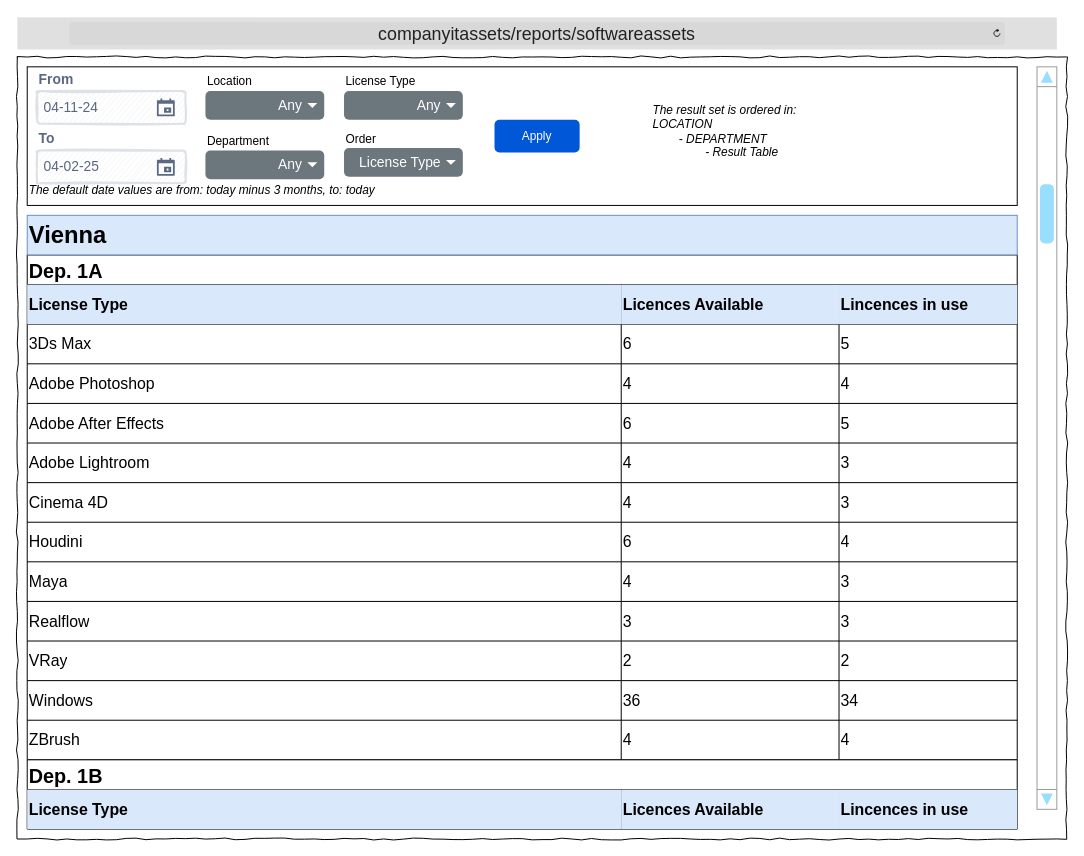
Above: Wireframes/ITAT_Reports_Software.drawio in TRed91/ITAssetTracking (draw.io), before the change. Source tidied: cells renumbered, new cells numbered last; positions are measured from the earlier drawing's top-left corner, leaving out a move shared by most shapes. Both pictures are drawn from the tidied source at 99%, with x=0, y=0 at pixel (17, 17).
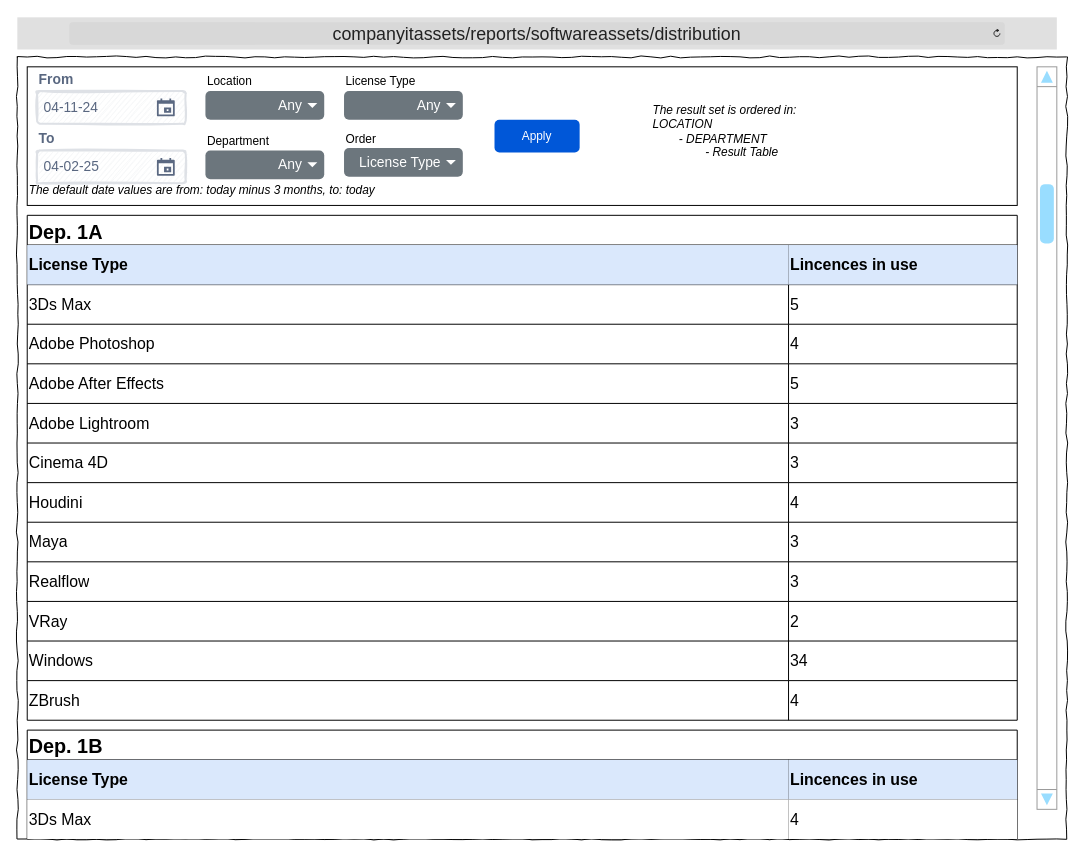
The same diagram, later.

Unchanged cells that the change refers to:
```xml
<mxCell id="14" style="shape=tableRow;horizontal=0;startSize=0;swimlaneHead=0;swimlaneBody=0;strokeColor=inherit;top=0;left=0;bottom=0;right=0;fillColor=none;fontSize=16;" parent="13" vertex="1">
  <mxGeometry y="30" width="1000" height="40" as="geometry" />
</mxCell>
<mxCell id="18" style="shape=tableRow;horizontal=0;startSize=0;swimlaneHead=0;swimlaneBody=0;strokeColor=inherit;top=0;left=0;bottom=0;right=0;fillColor=none;fontSize=16;" parent="13" vertex="1">
  <mxGeometry y="70" width="1000" height="40" as="geometry" />
</mxCell>
<mxCell id="22" style="shape=tableRow;horizontal=0;startSize=0;swimlaneHead=0;swimlaneBody=0;strokeColor=inherit;top=0;left=0;bottom=0;right=0;fillColor=none;fontSize=16;" parent="13" vertex="1">
  <mxGeometry y="110" width="1000" height="40" as="geometry" />
</mxCell>
<mxCell id="26" style="shape=tableRow;horizontal=0;startSize=0;swimlaneHead=0;swimlaneBody=0;strokeColor=inherit;top=0;left=0;bottom=0;right=0;fillColor=none;fontSize=16;" parent="13" vertex="1">
  <mxGeometry y="150" width="1000" height="40" as="geometry" />
</mxCell>
<mxCell id="30" style="shape=tableRow;horizontal=0;startSize=0;swimlaneHead=0;swimlaneBody=0;strokeColor=inherit;top=0;left=0;bottom=0;right=0;fillColor=none;fontSize=16;" parent="13" vertex="1">
  <mxGeometry y="190" width="1000" height="40" as="geometry" />
</mxCell>
<mxCell id="34" style="shape=tableRow;horizontal=0;startSize=0;swimlaneHead=0;swimlaneBody=0;strokeColor=inherit;top=0;left=0;bottom=0;right=0;fillColor=none;fontSize=16;" parent="13" vertex="1">
  <mxGeometry y="230" width="1000" height="40" as="geometry" />
</mxCell>
<mxCell id="38" style="shape=tableRow;horizontal=0;startSize=0;swimlaneHead=0;swimlaneBody=0;strokeColor=inherit;top=0;left=0;bottom=0;right=0;fillColor=none;fontSize=16;" parent="13" vertex="1">
  <mxGeometry y="270" width="1000" height="40" as="geometry" />
</mxCell>
<mxCell id="42" style="shape=tableRow;horizontal=0;startSize=0;swimlaneHead=0;swimlaneBody=0;strokeColor=inherit;top=0;left=0;bottom=0;right=0;fillColor=none;fontSize=16;" parent="13" vertex="1">
  <mxGeometry y="310" width="1000" height="40" as="geometry" />
</mxCell>
<mxCell id="46" style="shape=tableRow;horizontal=0;startSize=0;swimlaneHead=0;swimlaneBody=0;strokeColor=inherit;top=0;left=0;bottom=0;right=0;fillColor=none;fontSize=16;" parent="13" vertex="1">
  <mxGeometry y="350" width="1000" height="40" as="geometry" />
</mxCell>
<mxCell id="50" style="shape=tableRow;horizontal=0;startSize=0;swimlaneHead=0;swimlaneBody=0;strokeColor=inherit;top=0;left=0;bottom=0;right=0;fillColor=none;fontSize=16;" parent="13" vertex="1">
  <mxGeometry y="390" width="1000" height="40" as="geometry" />
</mxCell>
<mxCell id="54" style="shape=tableRow;horizontal=0;startSize=0;swimlaneHead=0;swimlaneBody=0;strokeColor=inherit;top=0;left=0;bottom=0;right=0;fillColor=none;fontSize=16;" parent="13" vertex="1">
  <mxGeometry y="430" width="1000" height="40" as="geometry" />
</mxCell>
<mxCell id="58" style="shape=tableRow;horizontal=0;startSize=0;swimlaneHead=0;swimlaneBody=0;strokeColor=inherit;top=0;left=0;bottom=0;right=0;fillColor=none;fontSize=16;" parent="13" vertex="1">
  <mxGeometry y="470" width="1000" height="40" as="geometry" />
</mxCell>
<mxCell id="75" style="shape=tableRow;horizontal=0;startSize=0;swimlaneHead=0;swimlaneBody=0;strokeColor=inherit;top=0;left=0;bottom=0;right=0;fillColor=none;fontSize=16;" parent="74" vertex="1">
  <mxGeometry y="30" width="1000" height="40" as="geometry" />
</mxCell>
```

Diff of the diagram source:
```diff
@@
-    <mxCell id="4" value="&lt;font style=&quot;font-size: 18px;&quot;&gt;companyitassets/reports/softwareassets&lt;/font&gt;" style="html=1;strokeWidth=1;shadow=0;dashed=0;shape=mxgraph.ios7ui.url;fillColor=#e0e0e0;strokeColor=#c0c0c0;buttonText=;strokeColor2=#222222;fontColor=#222222;fontSize=8;spacingTop=2;align=center;whiteSpace=wrap;" parent="1" vertex="1">
+    <mxCell id="4" value="&lt;font style=&quot;font-size: 18px;&quot;&gt;companyitassets/reports/softwareassets/distribution&lt;/font&gt;" style="html=1;strokeWidth=1;shadow=0;dashed=0;shape=mxgraph.ios7ui.url;fillColor=#e0e0e0;strokeColor=#c0c0c0;buttonText=;strokeColor2=#222222;fontColor=#222222;fontSize=8;spacingTop=2;align=center;whiteSpace=wrap;" parent="1" vertex="1">
       <mxGeometry width="1050" height="32.5" as="geometry" />
     </mxCell>
@@
     <mxCell id="13" value="Dep. 1A" style="shape=table;startSize=30;childLayout=tableLayout;strokeColor=default;fontSize=20;fontStyle=1;align=left;" parent="1" vertex="1">
-      <mxGeometry x="10" y="240" width="1000" height="510" as="geometry" />
+      <mxGeometry x="10" y="200" width="1000" height="510" as="geometry" />
     </mxCell>
@@
     <mxCell id="15" value="&lt;b&gt;License Type&lt;/b&gt;" style="shape=partialRectangle;html=1;whiteSpace=wrap;strokeColor=#6c8ebf;overflow=hidden;fillColor=#dae8fc;top=0;left=0;bottom=0;right=0;fontSize=16;align=left;" parent="14" vertex="1">
-      <mxGeometry width="600" height="40" as="geometry" />
+      <mxGeometry width="769" height="40" as="geometry" />
     </mxCell>
-    <mxCell id="16" value="&lt;b&gt;Licences Available&lt;/b&gt;" style="shape=partialRectangle;html=1;whiteSpace=wrap;strokeColor=#6c8ebf;overflow=hidden;fillColor=#dae8fc;top=0;left=0;bottom=0;right=0;fontSize=16;align=left;" parent="14" vertex="1">
-      <mxGeometry x="600" width="220" height="40" as="geometry" />
-    </mxCell>
     <mxCell id="17" value="&lt;b&gt;Lincences in use&lt;/b&gt;" style="shape=partialRectangle;html=1;whiteSpace=wrap;strokeColor=#6c8ebf;overflow=hidden;fillColor=#dae8fc;top=0;left=0;bottom=0;right=0;fontSize=16;align=left;" parent="14" vertex="1">
-      <mxGeometry x="820" width="180" height="40" as="geometry" />
+      <mxGeometry x="769" width="231" height="40" as="geometry" />
     </mxCell>
@@
     <mxCell id="19" value="3Ds Max" style="shape=partialRectangle;html=1;whiteSpace=wrap;strokeColor=inherit;overflow=hidden;fillColor=none;top=0;left=0;bottom=0;right=0;fontSize=16;align=left;" parent="18" vertex="1">
-      <mxGeometry width="600" height="40" as="geometry" />
+      <mxGeometry width="769" height="40" as="geometry" />
     </mxCell>
-    <mxCell id="20" value="6" style="shape=partialRectangle;html=1;whiteSpace=wrap;strokeColor=inherit;overflow=hidden;fillColor=none;top=0;left=0;bottom=0;right=0;fontSize=16;align=left;" parent="18" vertex="1">
-      <mxGeometry x="600" width="220" height="40" as="geometry" />
-    </mxCell>
     <mxCell id="21" value="5" style="shape=partialRectangle;html=1;whiteSpace=wrap;strokeColor=inherit;overflow=hidden;fillColor=none;top=0;left=0;bottom=0;right=0;fontSize=16;align=left;" parent="18" vertex="1">
-      <mxGeometry x="820" width="180" height="40" as="geometry" />
+      <mxGeometry x="769" width="231" height="40" as="geometry" />
     </mxCell>
@@
     <mxCell id="23" value="Adobe Photoshop" style="shape=partialRectangle;html=1;whiteSpace=wrap;strokeColor=inherit;overflow=hidden;fillColor=none;top=0;left=0;bottom=0;right=0;fontSize=16;align=left;" parent="22" vertex="1">
-      <mxGeometry width="600" height="40" as="geometry" />
+      <mxGeometry width="769" height="40" as="geometry" />
     </mxCell>
-    <mxCell id="24" value="4" style="shape=partialRectangle;html=1;whiteSpace=wrap;strokeColor=inherit;overflow=hidden;fillColor=none;top=0;left=0;bottom=0;right=0;fontSize=16;align=left;" parent="22" vertex="1">
-      <mxGeometry x="600" width="220" height="40" as="geometry" />
-    </mxCell>
     <mxCell id="25" value="4" style="shape=partialRectangle;html=1;whiteSpace=wrap;strokeColor=inherit;overflow=hidden;fillColor=none;top=0;left=0;bottom=0;right=0;fontSize=16;align=left;" parent="22" vertex="1">
-      <mxGeometry x="820" width="180" height="40" as="geometry" />
+      <mxGeometry x="769" width="231" height="40" as="geometry" />
     </mxCell>
@@
     <mxCell id="27" value="Adobe After Effects" style="shape=partialRectangle;html=1;whiteSpace=wrap;strokeColor=inherit;overflow=hidden;fillColor=none;top=0;left=0;bottom=0;right=0;fontSize=16;align=left;" parent="26" vertex="1">
-      <mxGeometry width="600" height="40" as="geometry" />
+      <mxGeometry width="769" height="40" as="geometry" />
     </mxCell>
-    <mxCell id="28" value="6" style="shape=partialRectangle;html=1;whiteSpace=wrap;strokeColor=inherit;overflow=hidden;fillColor=none;top=0;left=0;bottom=0;right=0;fontSize=16;align=left;" parent="26" vertex="1">
-      <mxGeometry x="600" width="220" height="40" as="geometry" />
-    </mxCell>
     <mxCell id="29" value="5" style="shape=partialRectangle;html=1;whiteSpace=wrap;strokeColor=inherit;overflow=hidden;fillColor=none;top=0;left=0;bottom=0;right=0;fontSize=16;align=left;" parent="26" vertex="1">
-      <mxGeometry x="820" width="180" height="40" as="geometry" />
+      <mxGeometry x="769" width="231" height="40" as="geometry" />
     </mxCell>
@@
     <mxCell id="31" value="Adobe Lightroom" style="shape=partialRectangle;html=1;whiteSpace=wrap;strokeColor=inherit;overflow=hidden;fillColor=none;top=0;left=0;bottom=0;right=0;fontSize=16;align=left;" parent="30" vertex="1">
-      <mxGeometry width="600" height="40" as="geometry" />
+      <mxGeometry width="769" height="40" as="geometry" />
     </mxCell>
-    <mxCell id="32" value="4" style="shape=partialRectangle;html=1;whiteSpace=wrap;strokeColor=inherit;overflow=hidden;fillColor=none;top=0;left=0;bottom=0;right=0;fontSize=16;align=left;" parent="30" vertex="1">
-      <mxGeometry x="600" width="220" height="40" as="geometry" />
-    </mxCell>
     <mxCell id="33" value="3" style="shape=partialRectangle;html=1;whiteSpace=wrap;strokeColor=inherit;overflow=hidden;fillColor=none;top=0;left=0;bottom=0;right=0;fontSize=16;align=left;" parent="30" vertex="1">
-      <mxGeometry x="820" width="180" height="40" as="geometry" />
+      <mxGeometry x="769" width="231" height="40" as="geometry" />
     </mxCell>
@@
     <mxCell id="35" value="Cinema 4D" style="shape=partialRectangle;html=1;whiteSpace=wrap;strokeColor=inherit;overflow=hidden;fillColor=none;top=0;left=0;bottom=0;right=0;fontSize=16;align=left;" parent="34" vertex="1">
-      <mxGeometry width="600" height="40" as="geometry" />
+      <mxGeometry width="769" height="40" as="geometry" />
     </mxCell>
-    <mxCell id="36" value="4" style="shape=partialRectangle;html=1;whiteSpace=wrap;strokeColor=inherit;overflow=hidden;fillColor=none;top=0;left=0;bottom=0;right=0;fontSize=16;align=left;" parent="34" vertex="1">
-      <mxGeometry x="600" width="220" height="40" as="geometry" />
-    </mxCell>
     <mxCell id="37" value="3" style="shape=partialRectangle;html=1;whiteSpace=wrap;strokeColor=inherit;overflow=hidden;fillColor=none;top=0;left=0;bottom=0;right=0;fontSize=16;align=left;" parent="34" vertex="1">
-      <mxGeometry x="820" width="180" height="40" as="geometry" />
+      <mxGeometry x="769" width="231" height="40" as="geometry" />
     </mxCell>
@@
     <mxCell id="39" value="Houdini" style="shape=partialRectangle;html=1;whiteSpace=wrap;strokeColor=inherit;overflow=hidden;fillColor=none;top=0;left=0;bottom=0;right=0;fontSize=16;align=left;" parent="38" vertex="1">
-      <mxGeometry width="600" height="40" as="geometry" />
+      <mxGeometry width="769" height="40" as="geometry" />
     </mxCell>
-    <mxCell id="40" value="6" style="shape=partialRectangle;html=1;whiteSpace=wrap;strokeColor=inherit;overflow=hidden;fillColor=none;top=0;left=0;bottom=0;right=0;fontSize=16;align=left;" parent="38" vertex="1">
-      <mxGeometry x="600" width="220" height="40" as="geometry" />
-    </mxCell>
     <mxCell id="41" value="4" style="shape=partialRectangle;html=1;whiteSpace=wrap;strokeColor=inherit;overflow=hidden;fillColor=none;top=0;left=0;bottom=0;right=0;fontSize=16;align=left;" parent="38" vertex="1">
-      <mxGeometry x="820" width="180" height="40" as="geometry" />
+      <mxGeometry x="769" width="231" height="40" as="geometry" />
     </mxCell>
@@
     <mxCell id="43" value="Maya" style="shape=partialRectangle;html=1;whiteSpace=wrap;strokeColor=inherit;overflow=hidden;fillColor=none;top=0;left=0;bottom=0;right=0;fontSize=16;align=left;" parent="42" vertex="1">
-      <mxGeometry width="600" height="40" as="geometry" />
+      <mxGeometry width="769" height="40" as="geometry" />
     </mxCell>
-    <mxCell id="44" value="4" style="shape=partialRectangle;html=1;whiteSpace=wrap;strokeColor=inherit;overflow=hidden;fillColor=none;top=0;left=0;bottom=0;right=0;fontSize=16;align=left;" parent="42" vertex="1">
-      <mxGeometry x="600" width="220" height="40" as="geometry" />
-    </mxCell>
     <mxCell id="45" value="3" style="shape=partialRectangle;html=1;whiteSpace=wrap;strokeColor=inherit;overflow=hidden;fillColor=none;top=0;left=0;bottom=0;right=0;fontSize=16;align=left;" parent="42" vertex="1">
-      <mxGeometry x="820" width="180" height="40" as="geometry" />
+      <mxGeometry x="769" width="231" height="40" as="geometry" />
     </mxCell>
@@
     <mxCell id="47" value="Realflow" style="shape=partialRectangle;html=1;whiteSpace=wrap;strokeColor=inherit;overflow=hidden;fillColor=none;top=0;left=0;bottom=0;right=0;fontSize=16;align=left;" parent="46" vertex="1">
-      <mxGeometry width="600" height="40" as="geometry" />
+      <mxGeometry width="769" height="40" as="geometry" />
     </mxCell>
-    <mxCell id="48" value="3" style="shape=partialRectangle;html=1;whiteSpace=wrap;strokeColor=inherit;overflow=hidden;fillColor=none;top=0;left=0;bottom=0;right=0;fontSize=16;align=left;" parent="46" vertex="1">
-      <mxGeometry x="600" width="220" height="40" as="geometry" />
-    </mxCell>
     <mxCell id="49" value="3" style="shape=partialRectangle;html=1;whiteSpace=wrap;strokeColor=inherit;overflow=hidden;fillColor=none;top=0;left=0;bottom=0;right=0;fontSize=16;align=left;" parent="46" vertex="1">
-      <mxGeometry x="820" width="180" height="40" as="geometry" />
+      <mxGeometry x="769" width="231" height="40" as="geometry" />
     </mxCell>
@@
     <mxCell id="51" value="VRay" style="shape=partialRectangle;html=1;whiteSpace=wrap;strokeColor=inherit;overflow=hidden;fillColor=none;top=0;left=0;bottom=0;right=0;fontSize=16;align=left;" parent="50" vertex="1">
-      <mxGeometry width="600" height="40" as="geometry" />
+      <mxGeometry width="769" height="40" as="geometry" />
     </mxCell>
-    <mxCell id="52" value="2" style="shape=partialRectangle;html=1;whiteSpace=wrap;strokeColor=inherit;overflow=hidden;fillColor=none;top=0;left=0;bottom=0;right=0;fontSize=16;align=left;" parent="50" vertex="1">
-      <mxGeometry x="600" width="220" height="40" as="geometry" />
-    </mxCell>
     <mxCell id="53" value="2" style="shape=partialRectangle;html=1;whiteSpace=wrap;strokeColor=inherit;overflow=hidden;fillColor=none;top=0;left=0;bottom=0;right=0;fontSize=16;align=left;" parent="50" vertex="1">
-      <mxGeometry x="820" width="180" height="40" as="geometry" />
+      <mxGeometry x="769" width="231" height="40" as="geometry" />
     </mxCell>
@@
     <mxCell id="55" value="Windows" style="shape=partialRectangle;html=1;whiteSpace=wrap;strokeColor=inherit;overflow=hidden;fillColor=none;top=0;left=0;bottom=0;right=0;fontSize=16;align=left;" parent="54" vertex="1">
-      <mxGeometry width="600" height="40" as="geometry" />
+      <mxGeometry width="769" height="40" as="geometry" />
     </mxCell>
-    <mxCell id="56" value="36" style="shape=partialRectangle;html=1;whiteSpace=wrap;strokeColor=inherit;overflow=hidden;fillColor=none;top=0;left=0;bottom=0;right=0;fontSize=16;align=left;" parent="54" vertex="1">
-      <mxGeometry x="600" width="220" height="40" as="geometry" />
-    </mxCell>
     <mxCell id="57" value="34" style="shape=partialRectangle;html=1;whiteSpace=wrap;strokeColor=inherit;overflow=hidden;fillColor=none;top=0;left=0;bottom=0;right=0;fontSize=16;align=left;" parent="54" vertex="1">
-      <mxGeometry x="820" width="180" height="40" as="geometry" />
+      <mxGeometry x="769" width="231" height="40" as="geometry" />
     </mxCell>
@@
     <mxCell id="59" value="ZBrush" style="shape=partialRectangle;html=1;whiteSpace=wrap;strokeColor=inherit;overflow=hidden;fillColor=none;top=0;left=0;bottom=0;right=0;fontSize=16;align=left;" parent="58" vertex="1">
-      <mxGeometry width="600" height="40" as="geometry" />
+      <mxGeometry width="769" height="40" as="geometry" />
     </mxCell>
-    <mxCell id="60" value="4" style="shape=partialRectangle;html=1;whiteSpace=wrap;strokeColor=inherit;overflow=hidden;fillColor=none;top=0;left=0;bottom=0;right=0;fontSize=16;align=left;" parent="58" vertex="1">
-      <mxGeometry x="600" width="220" height="40" as="geometry" />
-    </mxCell>
     <mxCell id="61" value="4" style="shape=partialRectangle;html=1;whiteSpace=wrap;strokeColor=inherit;overflow=hidden;fillColor=none;top=0;left=0;bottom=0;right=0;fontSize=16;align=left;" parent="58" vertex="1">
-      <mxGeometry x="820" width="180" height="40" as="geometry" />
+      <mxGeometry x="769" width="231" height="40" as="geometry" />
     </mxCell>
@@
-    <mxCell id="63" value="Vienna" style="text;strokeColor=#6c8ebf;fillColor=#dae8fc;html=1;fontSize=24;fontStyle=1;verticalAlign=middle;align=left;" parent="1" vertex="1">
-      <mxGeometry x="10" y="200" width="1000" height="40" as="geometry" />
-    </mxCell>
@@
     <mxCell id="74" value="Dep. 1B" style="shape=table;startSize=30;childLayout=tableLayout;strokeColor=default;fontSize=20;fontStyle=1;align=left;" parent="1" vertex="1">
-      <mxGeometry x="10" y="750" width="1000" height="70" as="geometry" />
+      <mxGeometry x="10" y="720" width="1000" height="110" as="geometry" />
     </mxCell>
@@
     <mxCell id="76" value="&lt;b&gt;License Type&lt;/b&gt;" style="shape=partialRectangle;html=1;whiteSpace=wrap;strokeColor=#6c8ebf;overflow=hidden;fillColor=#dae8fc;top=0;left=0;bottom=0;right=0;fontSize=16;align=left;" parent="75" vertex="1">
-      <mxGeometry width="600" height="40" as="geometry" />
+      <mxGeometry width="769" height="40" as="geometry" />
     </mxCell>
-    <mxCell id="77" value="&lt;b&gt;Licences Available&lt;/b&gt;" style="shape=partialRectangle;html=1;whiteSpace=wrap;strokeColor=#6c8ebf;overflow=hidden;fillColor=#dae8fc;top=0;left=0;bottom=0;right=0;fontSize=16;align=left;" parent="75" vertex="1">
-      <mxGeometry x="600" width="220" height="40" as="geometry" />
-    </mxCell>
     <mxCell id="78" value="&lt;b&gt;Lincences in use&lt;/b&gt;" style="shape=partialRectangle;html=1;whiteSpace=wrap;strokeColor=#6c8ebf;overflow=hidden;fillColor=#dae8fc;top=0;left=0;bottom=0;right=0;fontSize=16;align=left;" parent="75" vertex="1">
-      <mxGeometry x="820" width="180" height="40" as="geometry" />
+      <mxGeometry x="769" width="231" height="40" as="geometry" />
     </mxCell>
+    <mxCell id="82" style="shape=tableRow;horizontal=0;startSize=0;swimlaneHead=0;swimlaneBody=0;strokeColor=inherit;top=0;left=0;bottom=0;right=0;fillColor=none;fontSize=16;" parent="74" vertex="1">
+      <mxGeometry y="70" width="1000" height="40" as="geometry" />
+    </mxCell>
+    <mxCell id="83" value="3Ds Max" style="shape=partialRectangle;html=1;whiteSpace=wrap;overflow=hidden;top=0;left=0;bottom=0;right=0;fontSize=16;align=left;" parent="82" vertex="1">
+      <mxGeometry width="769" height="40" as="geometry" />
+    </mxCell>
+    <mxCell id="84" value="4" style="shape=partialRectangle;html=1;whiteSpace=wrap;overflow=hidden;top=0;left=0;bottom=0;right=0;fontSize=16;align=left;" parent="82" vertex="1">
+      <mxGeometry x="769" width="231" height="40" as="geometry" />
+    </mxCell>
```
